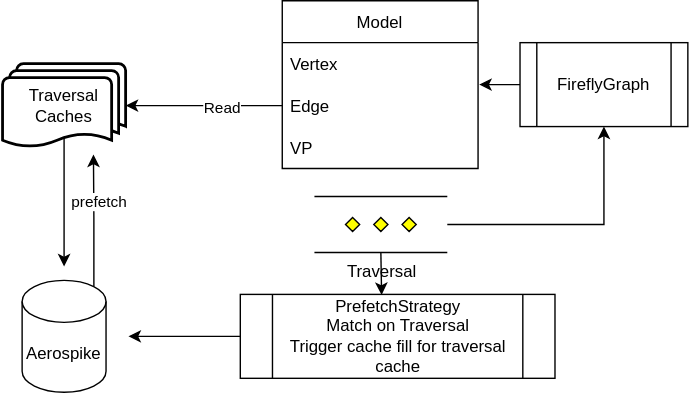
Earlier version of the draw.io export docs/img/traversal_cache.drawio.svg (aerospike/aerospike-graph-service). Source tidied: cells renumbered, new cells last; positions are measured from the earlier drawing's top-left corner, leaving out a move shared by most shapes. The source it was exported from:
```xml
<mxGraphModel>
  <root>
    <mxCell id="0" />
    <mxCell id="1" parent="0" />
    <mxCell id="2" style="edgeStyle=orthogonalEdgeStyle;rounded=0;jettySize=auto;html=1;exitX=0;exitY=0.5;exitDx=0;exitDy=0;entryX=1.006;entryY=0.021;entryDx=0;entryDy=0;entryPerimeter=0;" parent="1" edge="1" source="3" target="6">
      <mxGeometry relative="1" as="geometry" />
    </mxCell>
    <mxCell id="3" value="FireflyGraph" style="shape=process;whiteSpace=wrap;html=1;backgroundOutline=1;" parent="1" vertex="1">
      <mxGeometry x="370" y="30" width="120" height="60" as="geometry" />
    </mxCell>
    <mxCell id="4" value="Model" style="swimlane;fontStyle=0;horizontal=1;startSize=30;" parent="1" vertex="1">
      <mxGeometry x="200" width="140" height="120" as="geometry" />
    </mxCell>
    <mxCell id="5" value="Vertex" style="text;strokeColor=none;fillColor=none;align=left;verticalAlign=middle;spacingLeft=4;spacingRight=4;overflow=hidden;" parent="4" vertex="1">
      <mxGeometry y="30" width="140" height="30" as="geometry" />
    </mxCell>
    <mxCell id="6" value="Edge" style="text;strokeColor=none;fillColor=none;align=left;verticalAlign=middle;spacingLeft=4;spacingRight=4;overflow=hidden;points=[[0,0.5],[1,0.5]];portConstraint=eastwest;" parent="4" vertex="1">
      <mxGeometry y="60" width="140" height="30" as="geometry" />
    </mxCell>
    <mxCell id="7" value="VP" style="text;strokeColor=none;fillColor=none;align=left;verticalAlign=middle;spacingLeft=4;spacingRight=4;overflow=hidden;" parent="4" vertex="1">
      <mxGeometry y="90" width="140" height="30" as="geometry" />
    </mxCell>
    <mxCell id="8" style="edgeStyle=orthogonalEdgeStyle;rounded=0;jettySize=auto;html=1;exitX=0.5;exitY=0.88;exitDx=0;exitDy=0;exitPerimeter=0;" parent="1" edge="1" source="9">
      <mxGeometry relative="1" as="geometry">
        <mxPoint x="44" y="190" as="targetPoint" />
      </mxGeometry>
    </mxCell>
    <mxCell id="9" value="Traversal&lt;br&gt;Caches" style="strokeWidth=2;html=1;shape=mxgraph.flowchart.multi-document;whiteSpace=wrap;" parent="1" vertex="1">
      <mxGeometry y="45" width="88" height="60" as="geometry" />
    </mxCell>
    <mxCell id="10" style="edgeStyle=orthogonalEdgeStyle;rounded=0;jettySize=auto;html=1;exitX=0.855;exitY=0;exitDx=0;exitDy=4.35;exitPerimeter=0;" parent="1" edge="1" source="12">
      <mxGeometry relative="1" as="geometry">
        <mxPoint x="65" y="110" as="targetPoint" />
      </mxGeometry>
    </mxCell>
    <mxCell id="11" value="prefetch" style="edgeLabel;html=1;align=center;verticalAlign=middle;" parent="10" vertex="1">
      <mxGeometry x="0.35" y="-3" relative="1" as="geometry">
        <mxPoint y="1" as="offset" />
      </mxGeometry>
    </mxCell>
    <mxCell id="12" value="Aerospike" style="shape=cylinder3;whiteSpace=wrap;html=1;boundedLbl=1;backgroundOutline=1;size=15;" parent="1" vertex="1">
      <mxGeometry x="14" y="200" width="60" height="80" as="geometry" />
    </mxCell>
    <mxCell id="13" style="edgeStyle=orthogonalEdgeStyle;rounded=0;jettySize=auto;html=1;exitX=0;exitY=0.5;exitDx=0;exitDy=0;entryX=1;entryY=0.5;entryDx=0;entryDy=0;entryPerimeter=0;" parent="1" edge="1" source="6" target="9">
      <mxGeometry relative="1" as="geometry" />
    </mxCell>
    <mxCell id="14" value="Read" style="edgeLabel;html=1;align=center;verticalAlign=middle;" parent="13" vertex="1">
      <mxGeometry x="-0.21" y="1" relative="1" as="geometry" />
    </mxCell>
    <mxCell id="15" style="edgeStyle=orthogonalEdgeStyle;rounded=0;jettySize=auto;html=1;exitX=0;exitY=0.5;exitDx=0;exitDy=0;" parent="1" edge="1" source="16">
      <mxGeometry relative="1" as="geometry">
        <mxPoint x="90" y="240" as="targetPoint" />
      </mxGeometry>
    </mxCell>
    <mxCell id="16" value="PrefetchStrategy&lt;br&gt;Match on Traversal&lt;br&gt;Trigger cache fill for traversal cache" style="shape=process;whiteSpace=wrap;html=1;backgroundOutline=1;" parent="1" vertex="1">
      <mxGeometry x="170" y="210" width="225" height="60" as="geometry" />
    </mxCell>
    <mxCell id="17" style="edgeStyle=orthogonalEdgeStyle;rounded=0;jettySize=auto;html=1;exitX=0.5;exitY=1;exitDx=0;exitDy=0;exitPerimeter=0;entryX=0.449;entryY=0.007;entryDx=0;entryDy=0;entryPerimeter=0;" parent="1" edge="1" source="19" target="16">
      <mxGeometry relative="1" as="geometry" />
    </mxCell>
    <mxCell id="18" style="edgeStyle=orthogonalEdgeStyle;rounded=0;jettySize=auto;html=1;exitX=1;exitY=0.5;exitDx=0;exitDy=0;exitPerimeter=0;entryX=0.5;entryY=1;entryDx=0;entryDy=0;" parent="1" edge="1" source="19" target="3">
      <mxGeometry relative="1" as="geometry" />
    </mxCell>
    <mxCell id="19" value="Traversal&lt;br&gt;" style="verticalLabelPosition=bottom;verticalAlign=top;html=1;shape=mxgraph.flowchart.parallel_mode;" parent="1" vertex="1">
      <mxGeometry x="223" y="140" width="95" height="40" as="geometry" />
    </mxCell>
  </root>
</mxGraphModel>
```
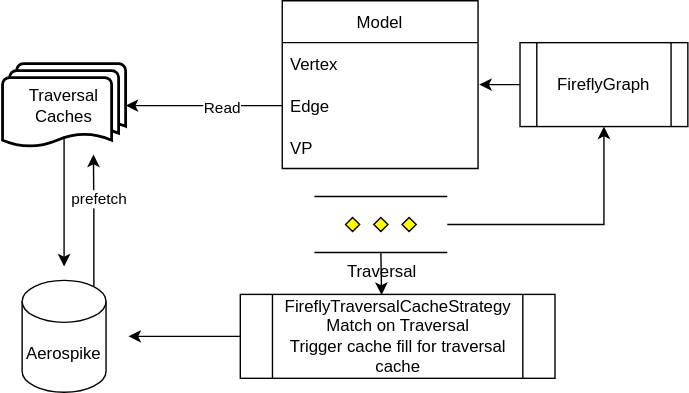
The same file after the commit.

Diff of the diagram source:
```diff
@@ -52,7 +52,7 @@
         <mxPoint x="90" y="240" as="targetPoint" />
       </mxGeometry>
     </mxCell>
-    <mxCell id="16" value="PrefetchStrategy&lt;br&gt;Match on Traversal&lt;br&gt;Trigger cache fill for traversal cache" style="shape=process;whiteSpace=wrap;html=1;backgroundOutline=1;" parent="1" vertex="1">
+    <mxCell id="16" value="FireflyTraversalCacheStrategy Match on Traversal&lt;br&gt;Trigger cache fill for traversal cache" style="shape=process;whiteSpace=wrap;html=1;backgroundOutline=1;" parent="1" vertex="1">
       <mxGeometry x="170" y="210" width="225" height="60" as="geometry" />
     </mxCell>
     <mxCell id="17" style="edgeStyle=orthogonalEdgeStyle;rounded=0;jettySize=auto;html=1;exitX=0.5;exitY=1;exitDx=0;exitDy=0;exitPerimeter=0;entryX=0.449;entryY=0.007;entryDx=0;entryDy=0;entryPerimeter=0;" parent="1" edge="1" source="19" target="16">
```
